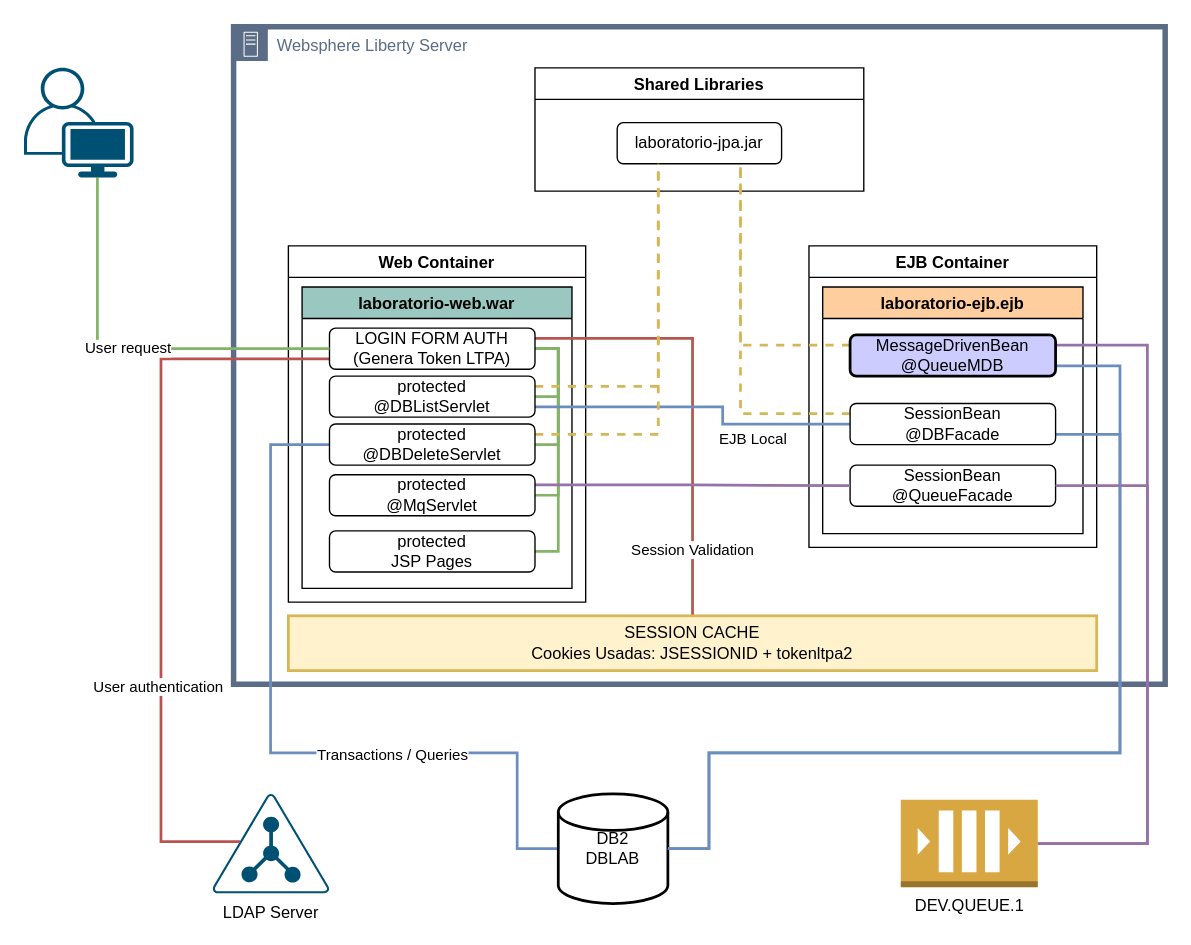
The draw.io diagram page "Page-2" (2 of 3) of lab-server-image/Untitled Diagram.drawio in jdelgado18/laboratorio, before the edit. Source tidied: cells renumbered, new cells numbered last; positions are measured from the earlier drawing's top-left corner, leaving out a move shared by most shapes. Both pictures are drawn from the tidied source at 137%, with x=0, y=0 at pixel (23, 26).
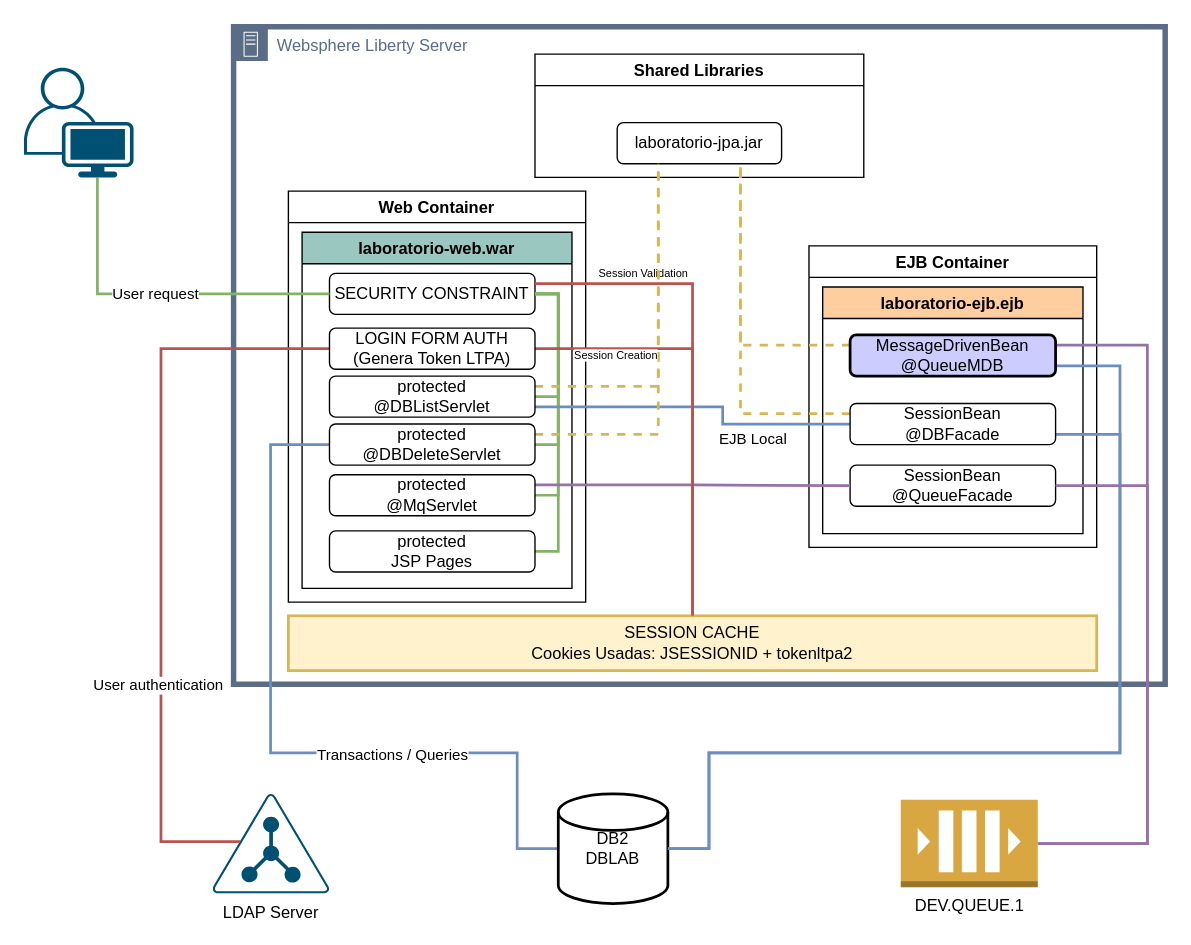
Above is the later version.

Unchanged cells that the change refers to:
```xml
<mxCell id="3" value="LDAP Server" style="points=[[0.5,0,0],[0.765,0.48,0],[0.99,0.98,0],[0.5,1,0],[0.01,0.98,0],[0.235,0.48,0]];verticalLabelPosition=bottom;sketch=0;html=1;verticalAlign=top;align=center;shape=mxgraph.cisco19.ldap;fillColor=#005073;strokeColor=none;" parent="1" vertex="1">
  <mxGeometry x="137.7" y="560" width="85.3" height="72.5" as="geometry" />
</mxCell>
<mxCell id="22" value="protected&lt;br&gt;@DBListServlet" style="rounded=1;whiteSpace=wrap;html=1;" parent="1" vertex="1">
  <mxGeometry x="223" y="255" width="150" height="30" as="geometry" />
</mxCell>
<mxCell id="26" value="protected&lt;br&gt;@DBDeleteServlet" style="rounded=1;whiteSpace=wrap;html=1;" parent="1" vertex="1">
  <mxGeometry x="223" y="290" width="150" height="30" as="geometry" />
</mxCell>
<mxCell id="28" value="protected&lt;br&gt;@MqServlet" style="rounded=1;whiteSpace=wrap;html=1;" parent="1" vertex="1">
  <mxGeometry x="223" y="327" width="150" height="30" as="geometry" />
</mxCell>
<mxCell id="29" value="SESSION CACHE&lt;br&gt;Cookies Usadas: JSESSIONID + tokenltpa2" style="rounded=0;whiteSpace=wrap;html=1;strokeWidth=2;fillColor=#fff2cc;strokeColor=#d6b656;" parent="1" vertex="1">
  <mxGeometry x="193" y="430" width="590" height="40" as="geometry" />
</mxCell>
<mxCell id="32" value="protected&lt;br&gt;JSP Pages" style="rounded=1;whiteSpace=wrap;html=1;" parent="1" vertex="1">
  <mxGeometry x="223" y="368" width="150" height="30" as="geometry" />
</mxCell>
```

Change to the diagram source:
```diff
@@
     <mxCell id="4" value="Web Container" style="swimlane;" parent="1" vertex="1">
-      <mxGeometry x="193" y="160" width="217" height="260" as="geometry" />
+      <mxGeometry x="193" y="120" width="217" height="300" as="geometry" />
     </mxCell>
@@
     <mxCell id="6" value="Shared Libraries" style="swimlane;" parent="1" vertex="1">
-      <mxGeometry x="373" y="30" width="240" height="90" as="geometry" />
+      <mxGeometry x="373" y="20" width="240" height="90" as="geometry" />
     </mxCell>
@@
     <mxCell id="8" value="laboratorio-web.war" style="swimlane;fillColor=#9AC7BF;" parent="1" vertex="1">
-      <mxGeometry x="203" y="190" width="197" height="220" as="geometry" />
+      <mxGeometry x="203" y="150" width="197" height="260" as="geometry" />
     </mxCell>
+    <mxCell id="18" value="SECURITY CONSTRAINT" style="rounded=1;whiteSpace=wrap;html=1;" parent="8" vertex="1">
+      <mxGeometry x="20" y="30" width="150" height="30" as="geometry" />
+    </mxCell>
@@
-    <mxCell id="11" style="edgeStyle=orthogonalEdgeStyle;rounded=0;jettySize=auto;html=1;exitX=0;exitY=0.75;exitDx=0;exitDy=0;entryX=0.235;entryY=0.48;entryDx=0;entryDy=0;entryPerimeter=0;fillColor=#f8cecc;strokeColor=#b85450;strokeWidth=2;endArrow=none;endFill=0;" parent="1" edge="1" source="18" target="3">
+    <mxCell id="11" style="edgeStyle=orthogonalEdgeStyle;rounded=0;jettySize=auto;html=1;exitX=0;exitY=0.5;exitDx=0;exitDy=0;entryX=0.235;entryY=0.48;entryDx=0;entryDy=0;entryPerimeter=0;fillColor=#f8cecc;strokeColor=#b85450;strokeWidth=2;endArrow=none;endFill=0;" parent="1" edge="1" source="44" target="3">
       <mxGeometry relative="1" as="geometry">
         <Array as="points">
-          <mxPoint x="100" y="243" />
+          <mxPoint x="100" y="235" />
           <mxPoint x="100" y="595" />
         </Array>
       </mxGeometry>
     </mxCell>
@@
-    <mxCell id="13" value="Session Validation" style="edgeStyle=orthogonalEdgeStyle;rounded=0;jettySize=auto;html=1;exitX=1;exitY=0.25;exitDx=0;exitDy=0;endArrow=none;endFill=0;strokeWidth=2;fillColor=#f8cecc;strokeColor=#b85450;" parent="1" edge="1" source="18">
-      <mxGeometry x="0.69" relative="1" as="geometry">
+    <mxCell id="13" value="Session Validation" style="edgeStyle=orthogonalEdgeStyle;rounded=0;jettySize=auto;html=1;exitX=1;exitY=0.25;exitDx=0;exitDy=0;endArrow=none;endFill=0;strokeWidth=2;fillColor=#f8cecc;strokeColor=#b85450;fontSize=8;" parent="1" edge="1" source="18">
+      <mxGeometry x="-0.56" y="8" relative="1" as="geometry">
         <mxPoint x="488" y="430" as="targetPoint" />
         <Array as="points">
-          <mxPoint x="488" y="228" />
+          <mxPoint x="488" y="188" />
         </Array>
-        <mxPoint y="1" as="offset" />
       </mxGeometry>
     </mxCell>
     <mxCell id="14" style="edgeStyle=orthogonalEdgeStyle;rounded=0;jettySize=auto;html=1;exitX=1;exitY=0.5;exitDx=0;exitDy=0;entryX=1;entryY=0.5;entryDx=0;entryDy=0;endArrow=none;endFill=0;strokeWidth=2;fillColor=#d5e8d4;strokeColor=#82b366;" parent="1" edge="1" source="18" target="32">
       <mxGeometry relative="1" as="geometry">
         <Array as="points">
-          <mxPoint x="390" y="235" />
+          <mxPoint x="390" y="195" />
           <mxPoint x="390" y="383" />
         </Array>
       </mxGeometry>
     </mxCell>
     <mxCell id="15" style="edgeStyle=orthogonalEdgeStyle;rounded=0;jettySize=auto;html=1;entryX=1;entryY=0.5;entryDx=0;entryDy=0;endArrow=none;endFill=0;strokeWidth=2;exitX=1;exitY=0.5;exitDx=0;exitDy=0;fillColor=#d5e8d4;strokeColor=#82b366;" parent="1" edge="1" source="18" target="22">
       <mxGeometry relative="1" as="geometry">
         <Array as="points">
-          <mxPoint x="390" y="235" />
+          <mxPoint x="390" y="195" />
           <mxPoint x="390" y="270" />
         </Array>
       </mxGeometry>
     </mxCell>
     <mxCell id="16" style="edgeStyle=orthogonalEdgeStyle;rounded=0;jettySize=auto;html=1;exitX=1;exitY=0.5;exitDx=0;exitDy=0;entryX=1;entryY=0.5;entryDx=0;entryDy=0;endArrow=none;endFill=0;strokeWidth=2;fillColor=#d5e8d4;strokeColor=#82b366;" parent="1" edge="1" source="18" target="26">
       <mxGeometry relative="1" as="geometry">
         <Array as="points">
-          <mxPoint x="390" y="235" />
+          <mxPoint x="390" y="195" />
           <mxPoint x="390" y="305" />
         </Array>
       </mxGeometry>
     </mxCell>
     <mxCell id="17" style="edgeStyle=orthogonalEdgeStyle;rounded=0;jettySize=auto;html=1;exitX=1;exitY=0.5;exitDx=0;exitDy=0;entryX=1;entryY=0.5;entryDx=0;entryDy=0;endArrow=none;endFill=0;strokeWidth=2;fillColor=#d5e8d4;strokeColor=#82b366;" parent="1" edge="1" source="18" target="28">
       <mxGeometry relative="1" as="geometry">
         <Array as="points">
-          <mxPoint x="390" y="235" />
+          <mxPoint x="390" y="195" />
           <mxPoint x="390" y="342" />
         </Array>
       </mxGeometry>
     </mxCell>
-    <mxCell id="18" value="LOGIN FORM AUTH&lt;br&gt;(Genera Token LTPA)" style="rounded=1;whiteSpace=wrap;html=1;" parent="1" vertex="1">
-      <mxGeometry x="223" y="220" width="150" height="30" as="geometry" />
-    </mxCell>
@@
+    <mxCell id="43" value="Session Creation" style="edgeStyle=orthogonalEdgeStyle;rounded=0;jettySize=auto;html=1;exitX=1;exitY=0.5;exitDx=0;exitDy=0;entryX=0.5;entryY=0;entryDx=0;entryDy=0;endArrow=none;endFill=0;strokeWidth=2;fillColor=#f8cecc;strokeColor=#b85450;fontSize=8;" parent="1" edge="1" source="44" target="29">
+      <mxGeometry x="-0.62" y="-5" relative="1" as="geometry" />
+    </mxCell>
+    <mxCell id="44" value="LOGIN FORM AUTH&lt;br&gt;(Genera Token LTPA)" style="rounded=1;whiteSpace=wrap;html=1;" parent="1" vertex="1">
+      <mxGeometry x="223" y="220" width="150" height="30" as="geometry" />
+    </mxCell>
```
